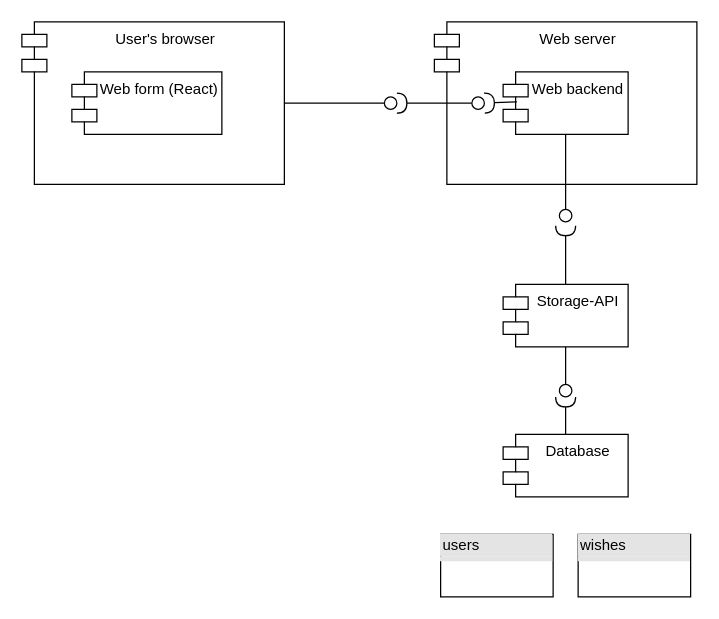
magnus-schj/Wishlist keeps this draw.io diagram as model/wishlist-design.drawio. Above is the earlier version. Source tidied: cells renumbered, new cells numbered last; positions are measured from the earlier drawing's top-left corner, leaving out a move shared by most shapes. Both pictures are drawn from the tidied source at 125%, with x=0, y=0 at pixel (21, 21).
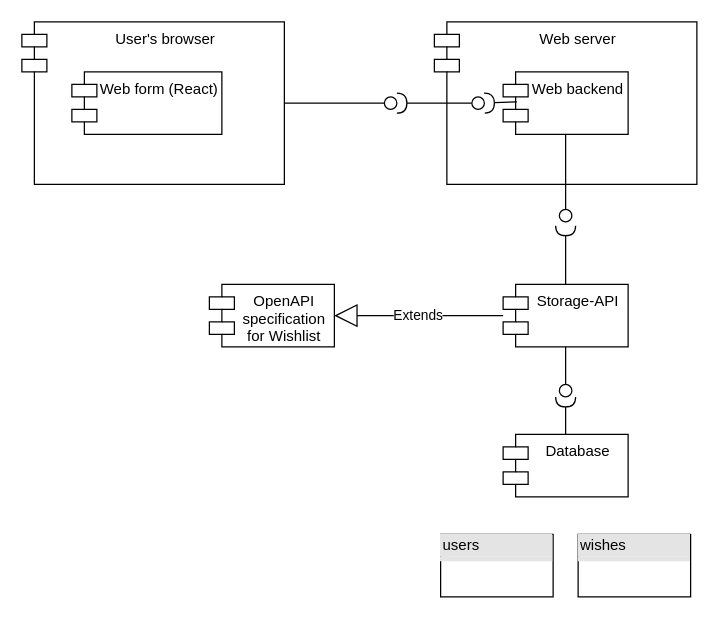
Above is the later version.

Unchanged cells that the change refers to:
```xml
<mxCell id="3" value="Storage-API" style="shape=module;align=left;spacingLeft=20;align=center;verticalAlign=top;" parent="1" vertex="1">
  <mxGeometry x="385" y="210" width="100" height="50" as="geometry" />
</mxCell>
```

The edit, as a diff of the source:
```diff
@@
+    <mxCell id="25" value="OpenAPI&#10;specification&#10;for Wishlist" style="shape=module;align=left;spacingLeft=20;align=center;verticalAlign=top;" parent="1" vertex="1">
+      <mxGeometry x="150" y="210" width="100" height="50" as="geometry" />
+    </mxCell>
+    <mxCell id="26" value="Extends" style="endArrow=block;endSize=16;endFill=0;html=1;entryX=1;entryY=0.5;entryDx=0;entryDy=0;" parent="1" edge="1" source="3" target="25">
+      <mxGeometry relative="1" as="geometry" />
+    </mxCell>
```
